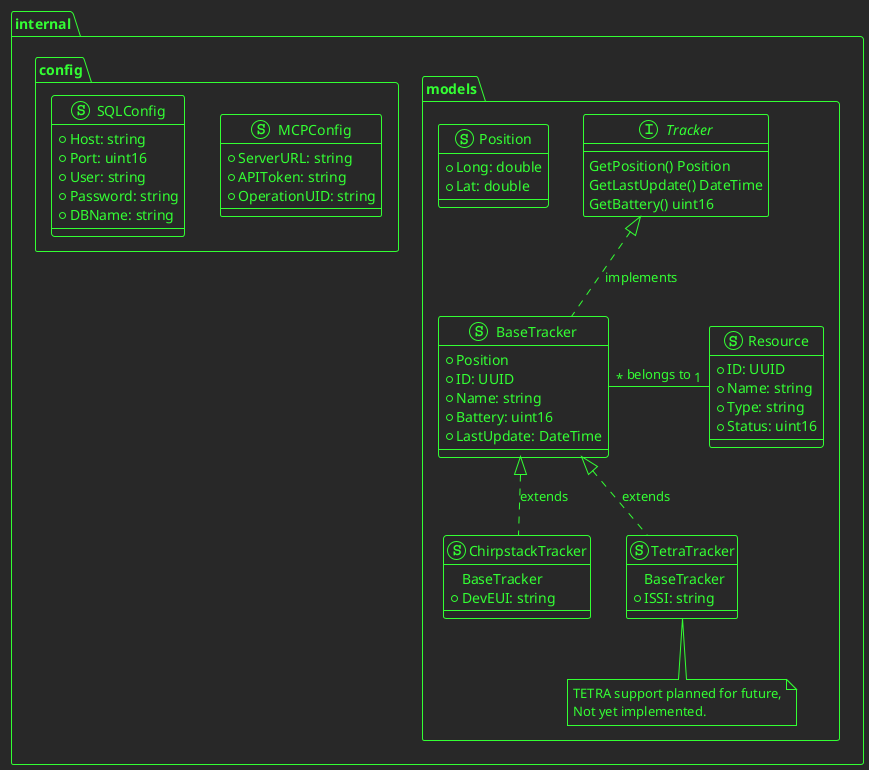
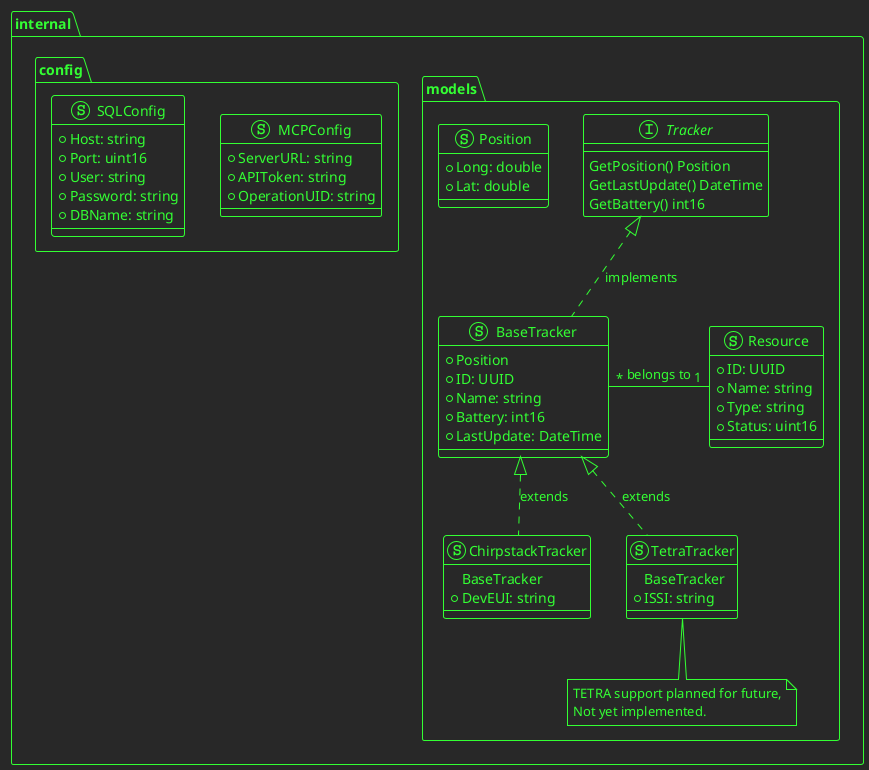
@startuml Models

!theme crt-green

package internal {
package models {
	interface Tracker {
		GetPosition() Position
		GetLastUpdate() DateTime
- 		GetBattery() uint16
+ 		GetBattery() int16
	}

	struct Position {
		+ Long: double
		+ Lat: double
	}

	struct BaseTracker {
		+ Position
		+ ID: UUID
		+ Name: string
- 		+ Battery: uint16
+ 		+ Battery: int16
		+ LastUpdate: DateTime
	}

	Tracker <|.. BaseTracker : implements

	struct ChirpstackTracker {
		BaseTracker
		+ DevEUI: string
	}


	struct TetraTracker {
		BaseTracker
		+ ISSI: string
	}
	note bottom of TetraTracker
	TETRA support planned for future,
	Not yet implemented.
	end note

	BaseTracker <|.. ChirpstackTracker : extends
	BaseTracker <|.. TetraTracker : extends


	struct Resource {
		+ ID: UUID
		+ Name: string
		+ Type: string
		+ Status: uint16
	}

	BaseTracker "*" - "1" Resource : belongs to
}

package config {
	struct MCPConfig {
		+ ServerURL: string
		+ APIToken: string
		+ OperationUID: string
	}

	struct SQLConfig {
		+ Host: string
		+ Port: uint16
		+ User: string
		+ Password: string
		+ DBName: string
	}
}
}


@enduml

